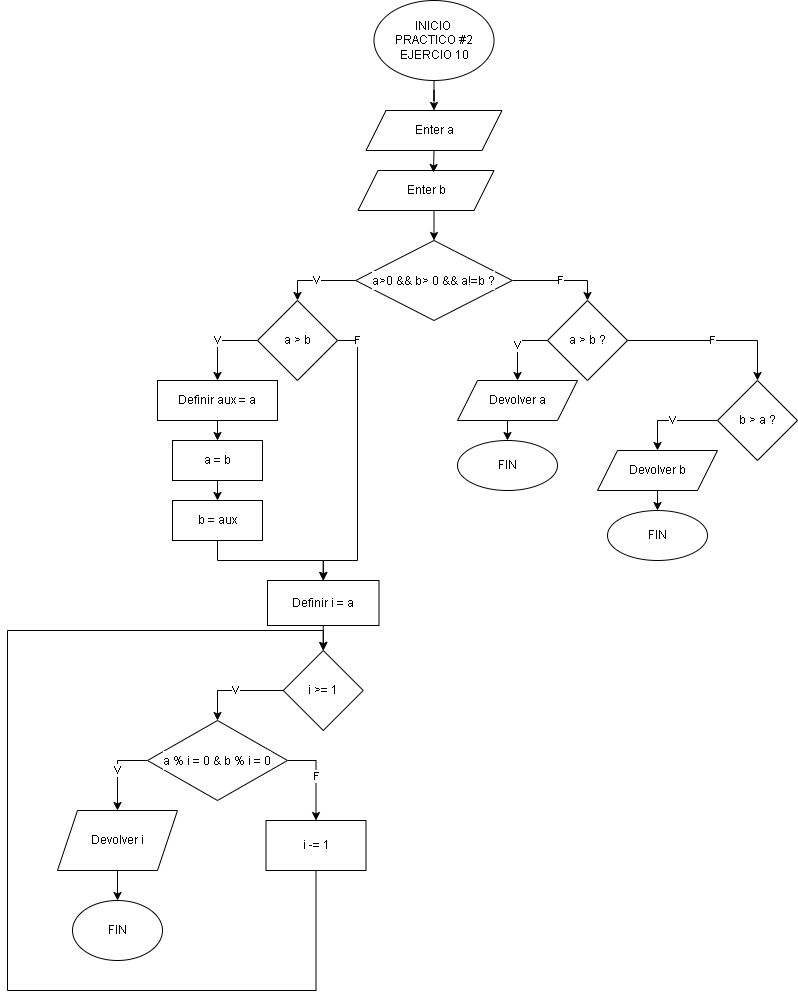
D4ri4na/DiagramasDeFlujo keeps this draw.io diagram as Pract2 Eje10.drawio.png. Above is the earlier version. Source tidied: cells renumbered, new cells last; positions are measured from the earlier drawing's top-left corner, leaving out a move shared by most shapes. The source it was exported from:
```xml
<mxGraphModel>
  <root>
    <mxCell id="0" />
    <mxCell id="1" parent="0" />
    <mxCell id="2" style="edgeStyle=orthogonalEdgeStyle;rounded=0;jettySize=auto;html=1;exitX=0.5;exitY=1;exitDx=0;exitDy=0;fontFamily=Helvetica;" parent="1" edge="1" source="3" target="4">
      <mxGeometry relative="1" as="geometry" />
    </mxCell>
    <mxCell id="3" value="INICIO&amp;nbsp;&lt;div&gt;PRACTICO #2&lt;br&gt;&lt;div&gt;EJERCIO 10&lt;/div&gt;&lt;/div&gt;" style="ellipse;whiteSpace=wrap;html=1;fontFamily=Helvetica;" parent="1" vertex="1">
      <mxGeometry x="366.5" width="120" height="80" as="geometry" />
    </mxCell>
    <mxCell id="4" value="Enter a" style="shape=parallelogram;perimeter=parallelogramPerimeter;whiteSpace=wrap;html=1;fixedSize=1;fontFamily=Helvetica;" parent="1" vertex="1">
      <mxGeometry x="358.5" y="110" width="136" height="40" as="geometry" />
    </mxCell>
    <mxCell id="5" style="edgeStyle=orthogonalEdgeStyle;rounded=0;jettySize=auto;html=1;exitX=0.5;exitY=1;exitDx=0;exitDy=0;entryX=0.5;entryY=0;entryDx=0;entryDy=0;" parent="1" edge="1" source="6" target="10">
      <mxGeometry relative="1" as="geometry" />
    </mxCell>
    <mxCell id="6" value="Enter b" style="shape=parallelogram;perimeter=parallelogramPerimeter;whiteSpace=wrap;html=1;fixedSize=1;fontFamily=Helvetica;" parent="1" vertex="1">
      <mxGeometry x="350.5" y="170" width="136" height="40" as="geometry" />
    </mxCell>
    <mxCell id="7" style="edgeStyle=orthogonalEdgeStyle;rounded=0;jettySize=auto;html=1;exitX=0.5;exitY=1;exitDx=0;exitDy=0;entryX=0.555;entryY=0.05;entryDx=0;entryDy=0;entryPerimeter=0;" parent="1" edge="1" source="4" target="6">
      <mxGeometry relative="1" as="geometry" />
    </mxCell>
    <mxCell id="8" value="F" style="edgeStyle=orthogonalEdgeStyle;rounded=0;jettySize=auto;html=1;exitX=1;exitY=0.5;exitDx=0;exitDy=0;entryX=0.5;entryY=0;entryDx=0;entryDy=0;" parent="1" edge="1" source="10" target="13">
      <mxGeometry relative="1" as="geometry" />
    </mxCell>
    <mxCell id="9" value="V" style="edgeStyle=orthogonalEdgeStyle;rounded=0;jettySize=auto;html=1;exitX=0;exitY=0.5;exitDx=0;exitDy=0;entryX=0.5;entryY=0;entryDx=0;entryDy=0;" parent="1" edge="1" source="10" target="24">
      <mxGeometry relative="1" as="geometry" />
    </mxCell>
    <mxCell id="10" value="&lt;div style=&quot;background-color: rgb(255, 255, 255); font-weight: normal; line-height: 19px; white-space: pre;&quot;&gt;&lt;div&gt;&lt;font face=&quot;Helvetica&quot;&gt;&lt;font style=&quot;font-size: 12px;&quot;&gt;a&amp;gt;0 &amp;amp;&amp;amp; b&lt;/font&gt;&lt;font style=&quot;font-size: 12px;&quot;&gt;&amp;gt; 0 &amp;amp;&amp;amp; a!=b ?&lt;/font&gt;&lt;/font&gt;&lt;/div&gt;&lt;/div&gt;" style="rhombus;whiteSpace=wrap;html=1;" parent="1" vertex="1">
      <mxGeometry x="348.2" y="240" width="156.5" height="80" as="geometry" />
    </mxCell>
    <mxCell id="11" value="F" style="edgeStyle=orthogonalEdgeStyle;rounded=0;jettySize=auto;html=1;exitX=1;exitY=0.5;exitDx=0;exitDy=0;entryX=0.5;entryY=0;entryDx=0;entryDy=0;" parent="1" edge="1" source="13" target="15">
      <mxGeometry relative="1" as="geometry" />
    </mxCell>
    <mxCell id="12" value="V" style="edgeStyle=orthogonalEdgeStyle;rounded=0;jettySize=auto;html=1;exitX=0;exitY=0.5;exitDx=0;exitDy=0;entryX=0.5;entryY=0;entryDx=0;entryDy=0;" parent="1" edge="1" source="13" target="17">
      <mxGeometry relative="1" as="geometry" />
    </mxCell>
    <mxCell id="13" value="a &amp;gt; b ?" style="rhombus;whiteSpace=wrap;html=1;" parent="1" vertex="1">
      <mxGeometry x="540" y="300" width="80" height="80" as="geometry" />
    </mxCell>
    <mxCell id="14" value="V" style="edgeStyle=orthogonalEdgeStyle;rounded=0;jettySize=auto;html=1;exitX=0;exitY=0.5;exitDx=0;exitDy=0;entryX=0.5;entryY=0;entryDx=0;entryDy=0;" parent="1" edge="1" source="15" target="19">
      <mxGeometry relative="1" as="geometry" />
    </mxCell>
    <mxCell id="15" value="b &amp;gt; a ?" style="rhombus;whiteSpace=wrap;html=1;" parent="1" vertex="1">
      <mxGeometry x="710" y="380" width="80" height="80" as="geometry" />
    </mxCell>
    <mxCell id="16" style="edgeStyle=orthogonalEdgeStyle;rounded=0;jettySize=auto;html=1;exitX=0.5;exitY=1;exitDx=0;exitDy=0;entryX=0.5;entryY=0;entryDx=0;entryDy=0;" parent="1" edge="1" source="17" target="20">
      <mxGeometry relative="1" as="geometry" />
    </mxCell>
    <mxCell id="17" value="Devolver a" style="shape=parallelogram;perimeter=parallelogramPerimeter;whiteSpace=wrap;html=1;fixedSize=1;" parent="1" vertex="1">
      <mxGeometry x="450" y="380" width="120" height="40" as="geometry" />
    </mxCell>
    <mxCell id="18" style="edgeStyle=orthogonalEdgeStyle;rounded=0;jettySize=auto;html=1;exitX=0.5;exitY=1;exitDx=0;exitDy=0;entryX=0.5;entryY=0;entryDx=0;entryDy=0;" parent="1" edge="1" source="19" target="21">
      <mxGeometry relative="1" as="geometry" />
    </mxCell>
    <mxCell id="19" value="Devolver b" style="shape=parallelogram;perimeter=parallelogramPerimeter;whiteSpace=wrap;html=1;fixedSize=1;" parent="1" vertex="1">
      <mxGeometry x="590" y="450" width="120" height="40" as="geometry" />
    </mxCell>
    <mxCell id="20" value="FIN" style="ellipse;whiteSpace=wrap;html=1;" parent="1" vertex="1">
      <mxGeometry x="450" y="440" width="100" height="50" as="geometry" />
    </mxCell>
    <mxCell id="21" value="FIN" style="ellipse;whiteSpace=wrap;html=1;" parent="1" vertex="1">
      <mxGeometry x="600" y="510" width="100" height="50" as="geometry" />
    </mxCell>
    <mxCell id="22" value="V" style="edgeStyle=orthogonalEdgeStyle;rounded=0;jettySize=auto;html=1;exitX=0;exitY=0.5;exitDx=0;exitDy=0;entryX=0.5;entryY=0;entryDx=0;entryDy=0;" parent="1" edge="1" source="24" target="26">
      <mxGeometry relative="1" as="geometry" />
    </mxCell>
    <mxCell id="23" value="F" style="edgeStyle=orthogonalEdgeStyle;rounded=0;jettySize=auto;html=1;exitX=1;exitY=0.5;exitDx=0;exitDy=0;entryX=0.5;entryY=0;entryDx=0;entryDy=0;" parent="1" edge="1" source="24" target="32">
      <mxGeometry x="-0.86" relative="1" as="geometry">
        <Array as="points">
          <mxPoint x="350" y="340" />
          <mxPoint x="350" y="560" />
          <mxPoint x="316" y="560" />
        </Array>
      </mxGeometry>
    </mxCell>
    <mxCell id="24" value="a &amp;gt; b" style="rhombus;whiteSpace=wrap;html=1;" parent="1" vertex="1">
      <mxGeometry x="250" y="300" width="80" height="80" as="geometry" />
    </mxCell>
    <mxCell id="25" style="edgeStyle=orthogonalEdgeStyle;rounded=0;jettySize=auto;html=1;exitX=0.5;exitY=1;exitDx=0;exitDy=0;entryX=0.5;entryY=0;entryDx=0;entryDy=0;" parent="1" edge="1" source="26" target="28">
      <mxGeometry relative="1" as="geometry" />
    </mxCell>
    <mxCell id="26" value="Definir aux = a" style="rounded=0;whiteSpace=wrap;html=1;" parent="1" vertex="1">
      <mxGeometry x="150" y="380" width="120" height="40" as="geometry" />
    </mxCell>
    <mxCell id="27" style="edgeStyle=orthogonalEdgeStyle;rounded=0;jettySize=auto;html=1;exitX=0.5;exitY=1;exitDx=0;exitDy=0;entryX=0.5;entryY=0;entryDx=0;entryDy=0;" parent="1" edge="1" source="28" target="30">
      <mxGeometry relative="1" as="geometry" />
    </mxCell>
    <mxCell id="28" value="a = b" style="rounded=0;whiteSpace=wrap;html=1;" parent="1" vertex="1">
      <mxGeometry x="165" y="440" width="90" height="40" as="geometry" />
    </mxCell>
    <mxCell id="29" style="edgeStyle=orthogonalEdgeStyle;rounded=0;jettySize=auto;html=1;exitX=0.5;exitY=1;exitDx=0;exitDy=0;entryX=0.5;entryY=0;entryDx=0;entryDy=0;" parent="1" edge="1" source="30" target="32">
      <mxGeometry relative="1" as="geometry" />
    </mxCell>
    <mxCell id="30" value="b = aux" style="rounded=0;whiteSpace=wrap;html=1;" parent="1" vertex="1">
      <mxGeometry x="165" y="500" width="90" height="40" as="geometry" />
    </mxCell>
    <mxCell id="31" style="edgeStyle=orthogonalEdgeStyle;rounded=0;jettySize=auto;html=1;exitX=0.5;exitY=1;exitDx=0;exitDy=0;entryX=0.5;entryY=0;entryDx=0;entryDy=0;" parent="1" edge="1" source="32" target="34">
      <mxGeometry relative="1" as="geometry" />
    </mxCell>
    <mxCell id="32" value="Definir i = a" style="rounded=0;whiteSpace=wrap;html=1;" parent="1" vertex="1">
      <mxGeometry x="260" y="580" width="111.5" height="45" as="geometry" />
    </mxCell>
    <mxCell id="33" value="V" style="edgeStyle=orthogonalEdgeStyle;rounded=0;jettySize=auto;html=1;exitX=0;exitY=0.5;exitDx=0;exitDy=0;entryX=0.5;entryY=0;entryDx=0;entryDy=0;" parent="1" edge="1" source="34" target="37">
      <mxGeometry relative="1" as="geometry" />
    </mxCell>
    <mxCell id="34" value="i &amp;gt;= 1" style="rhombus;whiteSpace=wrap;html=1;" parent="1" vertex="1">
      <mxGeometry x="275.8" y="650" width="80" height="80" as="geometry" />
    </mxCell>
    <mxCell id="35" value="V" style="edgeStyle=orthogonalEdgeStyle;rounded=0;jettySize=auto;html=1;exitX=0;exitY=0.5;exitDx=0;exitDy=0;entryX=0.5;entryY=0;entryDx=0;entryDy=0;" parent="1" edge="1" source="37" target="39">
      <mxGeometry relative="1" as="geometry" />
    </mxCell>
    <mxCell id="36" value="F" style="edgeStyle=orthogonalEdgeStyle;rounded=0;jettySize=auto;html=1;exitX=1;exitY=0.5;exitDx=0;exitDy=0;" parent="1" edge="1" source="37" target="42">
      <mxGeometry relative="1" as="geometry" />
    </mxCell>
    <mxCell id="37" value="&lt;font face=&quot;Helvetica&quot; style=&quot;font-size: 12px;&quot;&gt;&lt;br&gt;&lt;/font&gt;&lt;div style=&quot;background-color: rgb(255, 255, 255); font-weight: normal; line-height: 19px; white-space: pre;&quot;&gt;&lt;div&gt;&lt;font style=&quot;font-size: 12px;&quot;&gt;a % i = 0 &lt;/font&gt;&lt;font style=&quot;font-size: 12px;&quot;&gt;&amp;amp; b % i = 0&lt;/font&gt;&lt;/div&gt;&lt;/div&gt;&lt;font face=&quot;itrqcoN2wpi6j34No3b3&quot; style=&quot;font-size: 12px;&quot;&gt;&lt;br&gt;&lt;/font&gt;" style="rhombus;whiteSpace=wrap;html=1;" parent="1" vertex="1">
      <mxGeometry x="140" y="720" width="140" height="80" as="geometry" />
    </mxCell>
    <mxCell id="38" style="edgeStyle=orthogonalEdgeStyle;rounded=0;jettySize=auto;html=1;exitX=0.5;exitY=1;exitDx=0;exitDy=0;entryX=0.5;entryY=0;entryDx=0;entryDy=0;" parent="1" edge="1" source="39" target="40">
      <mxGeometry relative="1" as="geometry" />
    </mxCell>
    <mxCell id="39" value="Devolver i" style="shape=parallelogram;perimeter=parallelogramPerimeter;whiteSpace=wrap;html=1;fixedSize=1;" parent="1" vertex="1">
      <mxGeometry x="50" y="810" width="120" height="60" as="geometry" />
    </mxCell>
    <mxCell id="40" value="FIN" style="ellipse;whiteSpace=wrap;html=1;" parent="1" vertex="1">
      <mxGeometry x="65" y="900" width="90" height="60" as="geometry" />
    </mxCell>
    <mxCell id="41" style="edgeStyle=orthogonalEdgeStyle;rounded=0;jettySize=auto;html=1;exitX=0.5;exitY=1;exitDx=0;exitDy=0;entryX=0.5;entryY=0;entryDx=0;entryDy=0;" parent="1" edge="1" source="42" target="34">
      <mxGeometry relative="1" as="geometry">
        <Array as="points">
          <mxPoint x="309" y="990" />
          <mxPoint y="990" />
          <mxPoint y="630" />
          <mxPoint x="316" y="630" />
        </Array>
      </mxGeometry>
    </mxCell>
    <mxCell id="42" value="i -= 1" style="rounded=0;whiteSpace=wrap;html=1;" parent="1" vertex="1">
      <mxGeometry x="258.5" y="820" width="100" height="50" as="geometry" />
    </mxCell>
  </root>
</mxGraphModel>
```
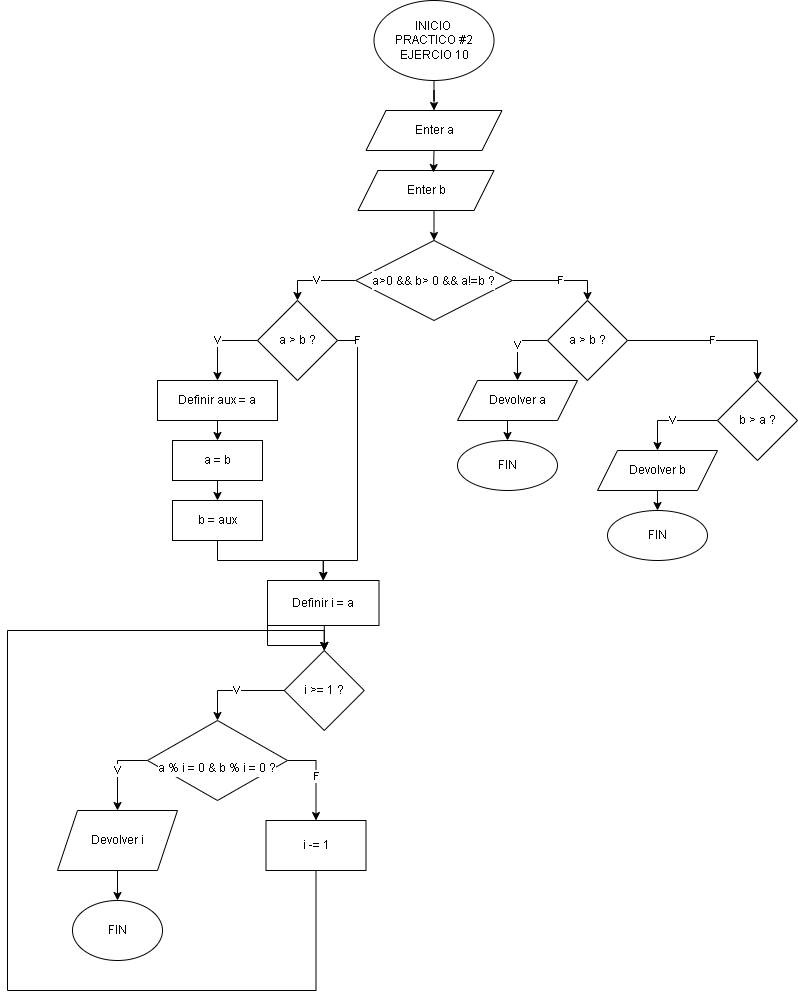
Later version of the same file.

What changed in the source:
```diff
@@ -74,7 +74,7 @@
         </Array>
       </mxGeometry>
     </mxCell>
-    <mxCell id="24" value="a &amp;gt; b" style="rhombus;whiteSpace=wrap;html=1;" parent="1" vertex="1">
+    <mxCell id="24" value="a &amp;gt; b ?" style="rhombus;whiteSpace=wrap;html=1;" parent="1" vertex="1">
       <mxGeometry x="250" y="300" width="80" height="80" as="geometry" />
     </mxCell>
     <mxCell id="25" style="edgeStyle=orthogonalEdgeStyle;rounded=0;jettySize=auto;html=1;exitX=0.5;exitY=1;exitDx=0;exitDy=0;entryX=0.5;entryY=0;entryDx=0;entryDy=0;" parent="1" edge="1" source="26" target="28">
@@ -98,14 +98,17 @@
     <mxCell id="31" style="edgeStyle=orthogonalEdgeStyle;rounded=0;jettySize=auto;html=1;exitX=0.5;exitY=1;exitDx=0;exitDy=0;entryX=0.5;entryY=0;entryDx=0;entryDy=0;" parent="1" edge="1" source="32" target="34">
       <mxGeometry relative="1" as="geometry" />
     </mxCell>
+    <mxCell id="43" style="edgeStyle=orthogonalEdgeStyle;rounded=0;jettySize=auto;html=1;exitX=0;exitY=1;exitDx=0;exitDy=0;" parent="1" edge="1" source="32" target="34">
+      <mxGeometry relative="1" as="geometry" />
+    </mxCell>
     <mxCell id="32" value="Definir i = a" style="rounded=0;whiteSpace=wrap;html=1;" parent="1" vertex="1">
       <mxGeometry x="260" y="580" width="111.5" height="45" as="geometry" />
     </mxCell>
     <mxCell id="33" value="V" style="edgeStyle=orthogonalEdgeStyle;rounded=0;jettySize=auto;html=1;exitX=0;exitY=0.5;exitDx=0;exitDy=0;entryX=0.5;entryY=0;entryDx=0;entryDy=0;" parent="1" edge="1" source="34" target="37">
       <mxGeometry relative="1" as="geometry" />
     </mxCell>
-    <mxCell id="34" value="i &amp;gt;= 1" style="rhombus;whiteSpace=wrap;html=1;" parent="1" vertex="1">
-      <mxGeometry x="275.8" y="650" width="80" height="80" as="geometry" />
+    <mxCell id="34" value="i &amp;gt;= 1 ?" style="rhombus;whiteSpace=wrap;html=1;" parent="1" vertex="1">
+      <mxGeometry x="276.8" y="650" width="80" height="80" as="geometry" />
     </mxCell>
     <mxCell id="35" value="V" style="edgeStyle=orthogonalEdgeStyle;rounded=0;jettySize=auto;html=1;exitX=0;exitY=0.5;exitDx=0;exitDy=0;entryX=0.5;entryY=0;entryDx=0;entryDy=0;" parent="1" edge="1" source="37" target="39">
       <mxGeometry relative="1" as="geometry" />
@@ -113,7 +116,7 @@
     <mxCell id="36" value="F" style="edgeStyle=orthogonalEdgeStyle;rounded=0;jettySize=auto;html=1;exitX=1;exitY=0.5;exitDx=0;exitDy=0;" parent="1" edge="1" source="37" target="42">
       <mxGeometry relative="1" as="geometry" />
     </mxCell>
-    <mxCell id="37" value="&lt;font face=&quot;Helvetica&quot; style=&quot;font-size: 12px;&quot;&gt;&lt;br&gt;&lt;/font&gt;&lt;div style=&quot;background-color: rgb(255, 255, 255); font-weight: normal; line-height: 19px; white-space: pre;&quot;&gt;&lt;div&gt;&lt;font style=&quot;font-size: 12px;&quot;&gt;a % i = 0 &lt;/font&gt;&lt;font style=&quot;font-size: 12px;&quot;&gt;&amp;amp; b % i = 0&lt;/font&gt;&lt;/div&gt;&lt;/div&gt;&lt;font face=&quot;itrqcoN2wpi6j34No3b3&quot; style=&quot;font-size: 12px;&quot;&gt;&lt;br&gt;&lt;/font&gt;" style="rhombus;whiteSpace=wrap;html=1;" parent="1" vertex="1">
+    <mxCell id="37" value="&lt;font face=&quot;Helvetica&quot; style=&quot;font-size: 12px;&quot;&gt;&lt;br&gt;&lt;/font&gt;&lt;div style=&quot;background-color: rgb(255, 255, 255); font-weight: normal; line-height: 19px; white-space: pre;&quot;&gt;&lt;div&gt;&lt;font style=&quot;font-size: 12px;&quot;&gt;a % i = 0 &lt;/font&gt;&lt;font style=&quot;font-size: 12px;&quot;&gt;&amp;amp; b % i = 0 ?&lt;/font&gt;&lt;/div&gt;&lt;/div&gt;" style="rhombus;whiteSpace=wrap;html=1;" parent="1" vertex="1">
       <mxGeometry x="140" y="720" width="140" height="80" as="geometry" />
     </mxCell>
     <mxCell id="38" style="edgeStyle=orthogonalEdgeStyle;rounded=0;jettySize=auto;html=1;exitX=0.5;exitY=1;exitDx=0;exitDy=0;entryX=0.5;entryY=0;entryDx=0;entryDy=0;" parent="1" edge="1" source="39" target="40">
```
